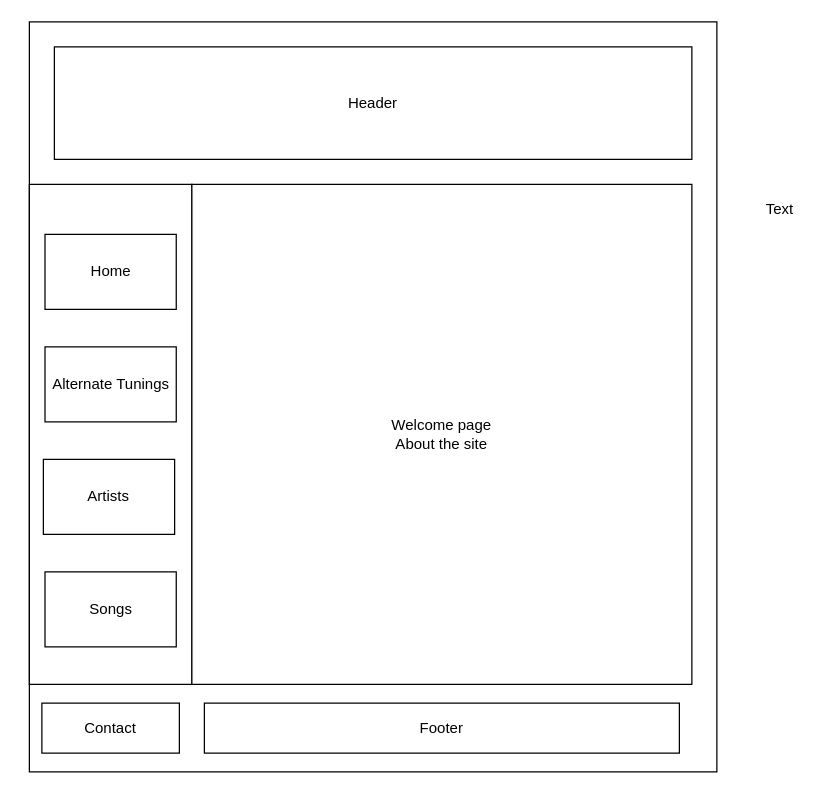
This is MainViewDiagram.drawio from JeffTerrell/Guitar-Alternate-Tunings, a draw.io file, before an edit. Source tidied: cells renumbered, new cells numbered last; positions are measured from the earlier drawing's top-left corner, leaving out a move shared by most shapes. Both pictures are drawn from the tidied source at 125%, with x=0, y=0 at pixel (29, 21).
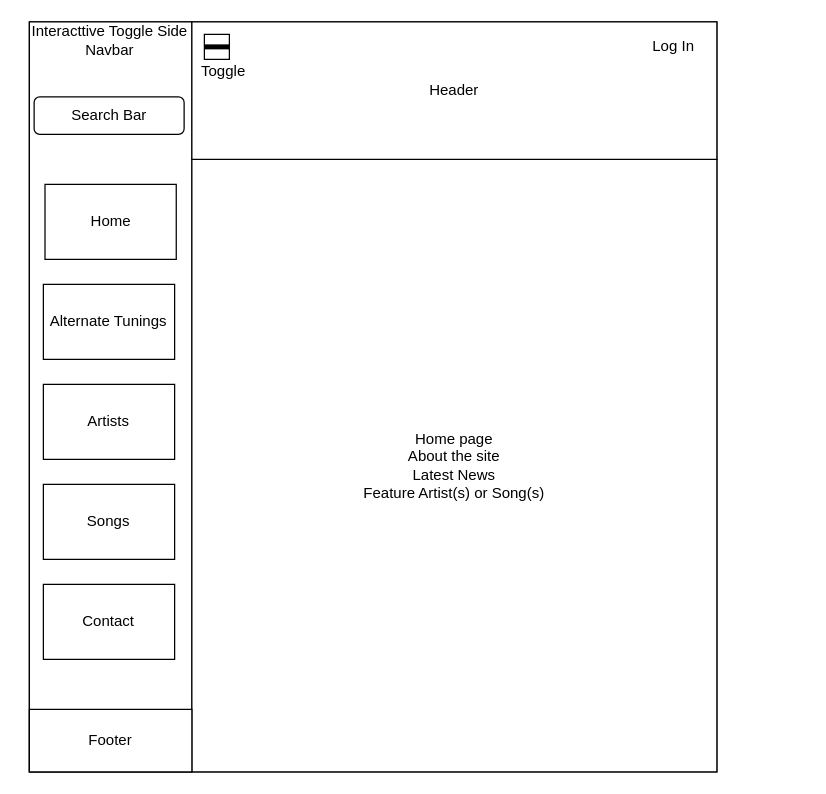
The same diagram, later.

Commit message (it also covers changes not shown here):
update main layout and page view layouts

The edit, as a diff of the source:
```diff
@@
 <mxGraphModel>
   <root>
     <mxCell id="0" />
     <mxCell id="1" parent="0" />
     <mxCell id="2" style="rounded=0;whiteSpace=wrap;html=1;" parent="1" vertex="1">
       <mxGeometry width="550" height="600" as="geometry" />
     </mxCell>
-    <mxCell id="3" value="Text" style="text;html=1;align=center;verticalAlign=middle;strokeColor=none;fillColor=none;" parent="1" vertex="1">
-      <mxGeometry x="580" y="140" width="40" height="20" as="geometry" />
-    </mxCell>
     <mxCell id="4" style="edgeStyle=none;html=1;" parent="1" edge="1" source="5">
       <mxGeometry relative="1" as="geometry">
         <mxPoint x="215" y="365" as="targetPoint" />
       </mxGeometry>
     </mxCell>
     <mxCell id="5" style="rounded=0;whiteSpace=wrap;html=1;" parent="1" vertex="1">
-      <mxGeometry y="130" width="130" height="400" as="geometry" />
+      <mxGeometry width="130" height="600" as="geometry" />
     </mxCell>
-    <mxCell id="6" value="Welcome page &lt;br&gt;About the site" style="rounded=0;whiteSpace=wrap;html=1;" parent="1" vertex="1">
-      <mxGeometry x="130" y="130" width="400" height="400" as="geometry" />
+    <mxCell id="6" value="Home page &lt;br&gt;About the site&lt;br&gt;Latest News&lt;br&gt;Feature Artist(s) or Song(s)" style="rounded=0;whiteSpace=wrap;html=1;" parent="1" vertex="1">
+      <mxGeometry x="130" y="110" width="420" height="490" as="geometry" />
     </mxCell>
     <mxCell id="7" value="Home" style="rounded=0;whiteSpace=wrap;html=1;" parent="1" vertex="1">
-      <mxGeometry x="12.5" y="170" width="105" height="60" as="geometry" />
+      <mxGeometry x="12.5" y="130" width="105" height="60" as="geometry" />
     </mxCell>
     <mxCell id="8" value="Alternate Tunings" style="rounded=0;whiteSpace=wrap;html=1;" parent="1" vertex="1">
-      <mxGeometry x="12.5" y="260" width="105" height="60" as="geometry" />
+      <mxGeometry x="11.2" y="210" width="105" height="60" as="geometry" />
     </mxCell>
     <mxCell id="9" value="Artists" style="rounded=0;whiteSpace=wrap;html=1;" parent="1" vertex="1">
-      <mxGeometry x="11.2" y="350" width="105" height="60" as="geometry" />
+      <mxGeometry x="11.2" y="290" width="105" height="60" as="geometry" />
     </mxCell>
     <mxCell id="10" value="Songs" style="rounded=0;whiteSpace=wrap;html=1;" parent="1" vertex="1">
-      <mxGeometry x="12.5" y="440" width="105" height="60" as="geometry" />
+      <mxGeometry x="11.2" y="370" width="105" height="60" as="geometry" />
     </mxCell>
     <mxCell id="11" value="Header" style="rounded=0;whiteSpace=wrap;html=1;" parent="1" vertex="1">
-      <mxGeometry x="20" y="20" width="510" height="90" as="geometry" />
+      <mxGeometry x="130" width="420" height="110" as="geometry" />
     </mxCell>
     <mxCell id="12" value="Footer" style="rounded=0;whiteSpace=wrap;html=1;" parent="1" vertex="1">
-      <mxGeometry x="140" y="545" width="380" height="40" as="geometry" />
+      <mxGeometry y="550" width="130" height="50" as="geometry" />
     </mxCell>
     <mxCell id="13" value="Contact" style="rounded=0;whiteSpace=wrap;html=1;" parent="1" vertex="1">
-      <mxGeometry x="10" y="545" width="110" height="40" as="geometry" />
+      <mxGeometry x="11.2" y="450" width="105" height="60" as="geometry" />
     </mxCell>
+    <mxCell id="14" value="Interacttive Toggle Side&lt;br&gt;Navbar" style="text;html=1;align=center;verticalAlign=middle;strokeColor=none;fillColor=none;" parent="1" vertex="1">
+      <mxGeometry x="-6.2" width="140" height="30" as="geometry" />
+    </mxCell>
+    <mxCell id="15" style="rounded=0;whiteSpace=wrap;html=1;" parent="1" vertex="1">
+      <mxGeometry x="140" y="10" width="20" height="20" as="geometry" />
+    </mxCell>
+    <mxCell id="16" style="line;strokeWidth=4;html=1;perimeter=backbonePerimeter;" parent="1" vertex="1">
+      <mxGeometry x="140" y="15" width="20" height="10" as="geometry" />
+    </mxCell>
+    <mxCell id="17" value="Toggle" style="text;html=1;align=center;verticalAlign=middle;strokeColor=none;fillColor=none;" parent="1" vertex="1">
+      <mxGeometry x="130" y="30" width="50" height="20" as="geometry" />
+    </mxCell>
+    <mxCell id="18" value="Log In" style="text;html=1;align=center;verticalAlign=middle;strokeColor=none;fillColor=none;" parent="1" vertex="1">
+      <mxGeometry x="490" y="10" width="50" height="20" as="geometry" />
+    </mxCell>
+    <mxCell id="19" value="Search Bar" style="rounded=1;whiteSpace=wrap;html=1;" parent="1" vertex="1">
+      <mxGeometry x="3.8" y="60" width="120" height="30" as="geometry" />
+    </mxCell>
   </root>
 </mxGraphModel>
```
